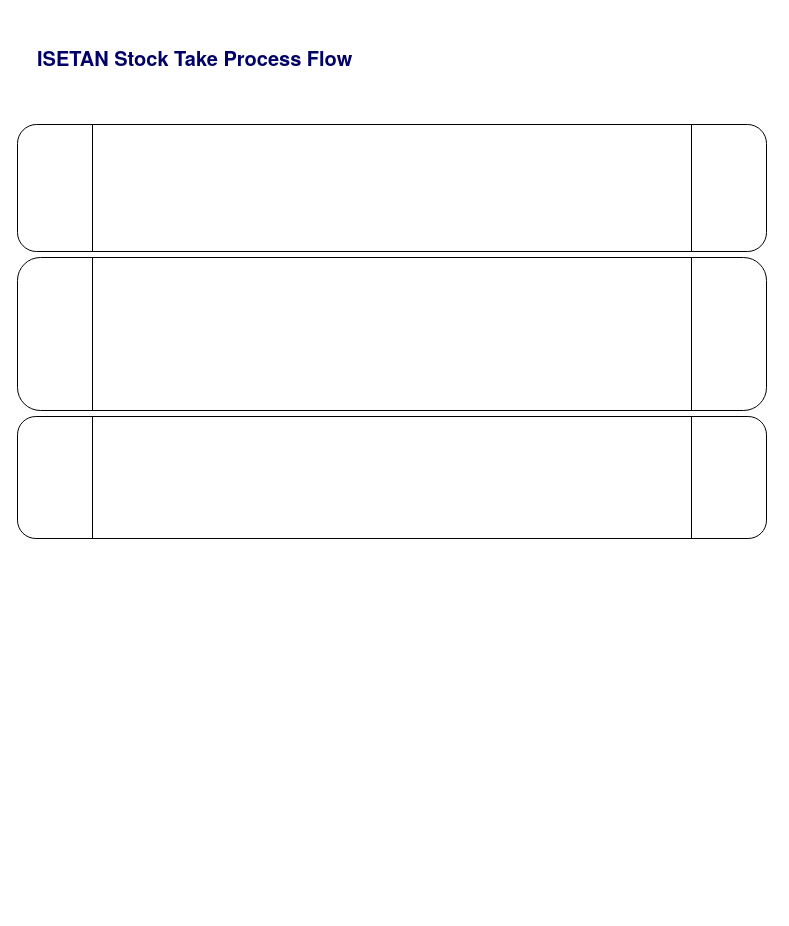
kasungl/Isetan_Help keeps this draw.io diagram as StockTake_Process_Flow.drawio. Above is the earlier version. Source tidied: cells renumbered, new cells numbered last; positions are measured from the earlier drawing's top-left corner, leaving out a move shared by most shapes. Both pictures are drawn from the tidied source at 100%, with x=0, y=0 at pixel (17, 37).
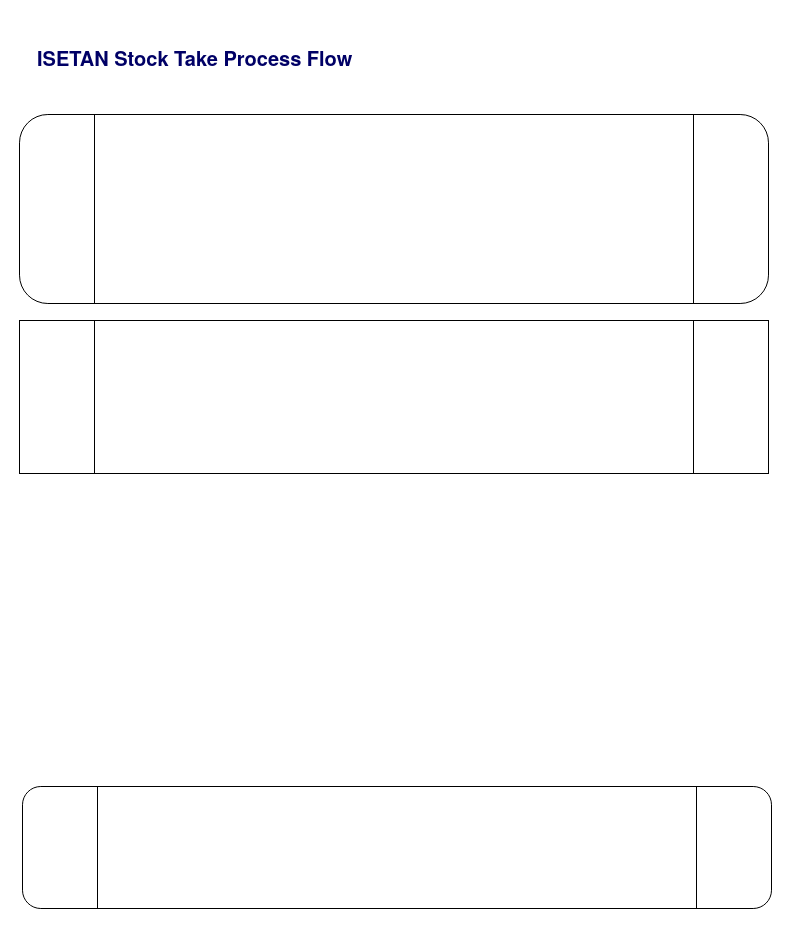
The same page after the edit.

Change to the diagram source:
```diff
@@
 <mxGraphModel>
   <root>
     <mxCell id="0" />
     <mxCell id="1" parent="0" />
     <mxCell id="2" value="&lt;h2 style=&quot;box-sizing: border-box; margin-top: 1.75rem; margin-bottom: 0.5rem; line-height: 1.2; font-size: 20px; padding-bottom: 1rem; font-family: &amp;quot;Source Sans Pro&amp;quot;, HelveticaNeue-Light, &amp;quot;Helvetica Neue Light&amp;quot;, &amp;quot;Helvetica Neue&amp;quot;, Helvetica, Arial, &amp;quot;Lucida Grande&amp;quot;, sans-serif; background-color: rgb(255, 255, 255);&quot;&gt;ISETAN Stock Take Process Flow&lt;/h2&gt;" style="text;html=1;align=left;verticalAlign=middle;whiteSpace=wrap;rounded=0;fontSize=20;fontStyle=1;fontColor=#000066;" parent="1" vertex="1">
       <mxGeometry x="18" width="478" height="36" as="geometry" />
     </mxCell>
     <mxCell id="3" style="shape=process;whiteSpace=wrap;html=1;backgroundOutline=1;rounded=1;" parent="1" vertex="1">
-      <mxGeometry y="87" width="749" height="127" as="geometry" />
+      <mxGeometry x="2" y="77" width="749" height="189" as="geometry" />
     </mxCell>
-    <mxCell id="4" style="shape=process;whiteSpace=wrap;html=1;backgroundOutline=1;rounded=1;" parent="1" vertex="1">
-      <mxGeometry y="220" width="749" height="153" as="geometry" />
+    <mxCell id="4" style="shape=process;whiteSpace=wrap;html=1;backgroundOutline=1;rounded=0;" parent="1" vertex="1">
+      <mxGeometry x="2" y="283" width="749" height="153" as="geometry" />
     </mxCell>
     <mxCell id="5" style="shape=process;whiteSpace=wrap;html=1;backgroundOutline=1;rounded=1;" parent="1" vertex="1">
-      <mxGeometry y="379" width="749" height="122" as="geometry" />
+      <mxGeometry x="5" y="749" width="749" height="122" as="geometry" />
     </mxCell>
   </root>
 </mxGraphModel>
```
